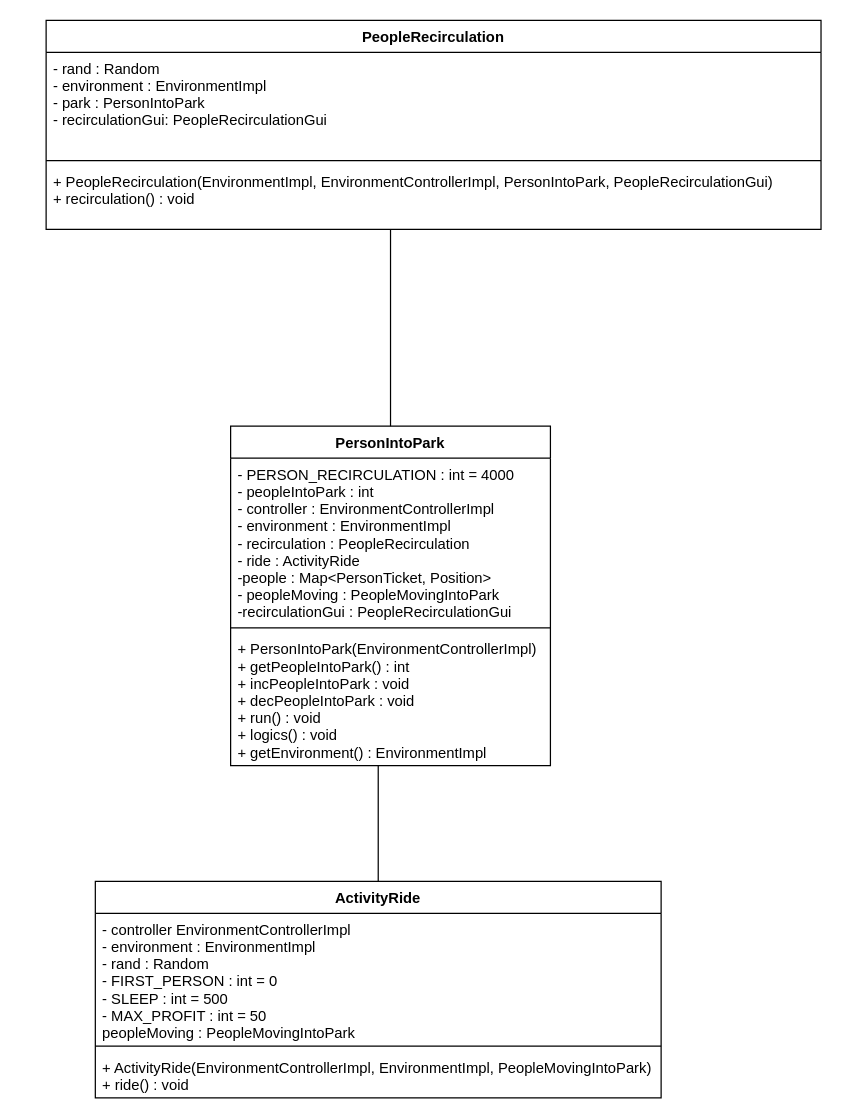
The draw.io diagram page "Page-3" (3 of 4) of Untitled Diagram.drawio in metaphori/students-oop20-liveLand, before the edit. Source tidied: cells renumbered, new cells numbered last; positions are measured from the earlier drawing's top-left corner, leaving out a move shared by most shapes. Both pictures are drawn from the tidied source at 123%, with x=0, y=0 at pixel (46, 20).
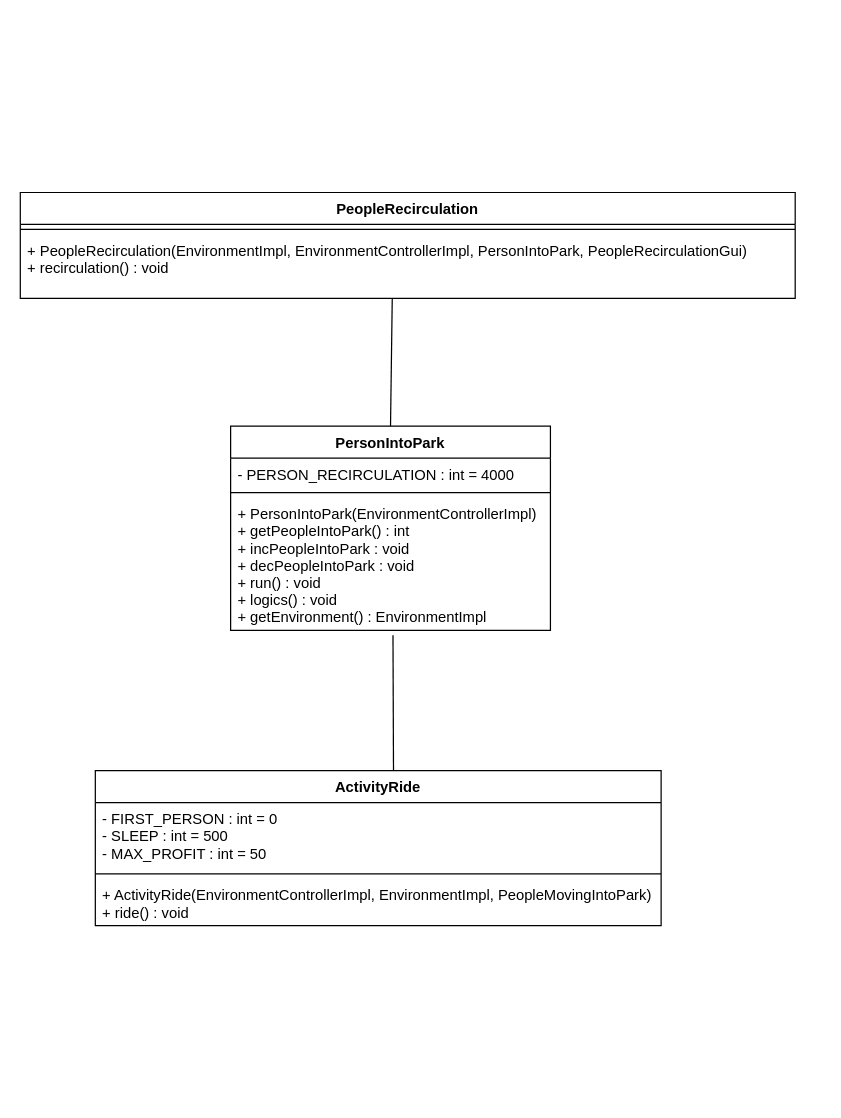
The same page after the edit.

The edit, as a diff of the source:
```diff
@@
 <mxGraphModel>
   <root>
     <mxCell id="0" />
     <mxCell id="1" parent="0" />
     <mxCell id="2" value="PersonIntoPark" style="swimlane;fontStyle=1;align=center;verticalAlign=top;horizontal=1;startSize=26;" parent="1" vertex="1">
-      <mxGeometry x="150" y="330" width="260" height="276" as="geometry" />
+      <mxGeometry x="150" y="330" width="260" height="166" as="geometry" />
     </mxCell>
-    <mxCell id="3" value="- PERSON_RECIRCULATION : int = 4000&#10;- peopleIntoPark : int&#10;- controller : EnvironmentControllerImpl&#10;- environment : EnvironmentImpl&#10;- recirculation : PeopleRecirculation&#10;- ride : ActivityRide&#10;-people : Map&lt;PersonTicket, Position&gt;&#10;- peopleMoving : PeopleMovingIntoPark&#10;-recirculationGui : PeopleRecirculationGui" style="text;strokeColor=none;fillColor=none;align=left;verticalAlign=top;spacingLeft=4;spacingRight=4;overflow=hidden;" parent="2" vertex="1">
-      <mxGeometry y="26" width="260" height="134" as="geometry" />
+    <mxCell id="3" value="- PERSON_RECIRCULATION : int = 4000&#10;" style="text;strokeColor=none;fillColor=none;align=left;verticalAlign=top;spacingLeft=4;spacingRight=4;overflow=hidden;" parent="2" vertex="1">
+      <mxGeometry y="26" width="260" height="24" as="geometry" />
     </mxCell>
     <mxCell id="4" style="line;strokeWidth=1;fillColor=none;align=left;verticalAlign=middle;spacingTop=-1;spacingLeft=3;spacingRight=3;labelPosition=right;" parent="2" vertex="1">
-      <mxGeometry y="160" width="260" height="8" as="geometry" />
+      <mxGeometry y="50" width="260" height="8" as="geometry" />
     </mxCell>
     <mxCell id="5" value="+ PersonIntoPark(EnvironmentControllerImpl)&#10;+ getPeopleIntoPark() : int&#10;+ incPeopleIntoPark : void&#10;+ decPeopleIntoPark : void&#10;+ run() : void&#10;+ logics() : void&#10;+ getEnvironment() : EnvironmentImpl&#10;" style="text;strokeColor=none;fillColor=none;align=left;verticalAlign=top;spacingLeft=4;spacingRight=4;overflow=hidden;points=[[0,0.5],[1,0.5]];portConstraint=eastwest;" parent="2" vertex="1">
-      <mxGeometry y="168" width="260" height="108" as="geometry" />
+      <mxGeometry y="58" width="260" height="108" as="geometry" />
     </mxCell>
     <mxCell id="6" value="ActivityRide" style="swimlane;fontStyle=1;align=center;verticalAlign=top;horizontal=1;startSize=26;" parent="1" vertex="1">
-      <mxGeometry x="40" y="700" width="460" height="176" as="geometry" />
+      <mxGeometry x="40" y="610" width="460" height="126" as="geometry" />
     </mxCell>
-    <mxCell id="7" value="- controller EnvironmentControllerImpl&#10;- environment : EnvironmentImpl&#10;- rand : Random&#10;- FIRST_PERSON : int = 0 &#10;- SLEEP : int = 500&#10;- MAX_PROFIT : int = 50&#10;peopleMoving : PeopleMovingIntoPark" style="text;strokeColor=none;fillColor=none;align=left;verticalAlign=top;spacingLeft=4;spacingRight=4;overflow=hidden;" parent="6" vertex="1">
-      <mxGeometry y="26" width="460" height="104" as="geometry" />
+    <mxCell id="7" value="- FIRST_PERSON : int = 0 &#10;- SLEEP : int = 500&#10;- MAX_PROFIT : int = 50" style="text;strokeColor=none;fillColor=none;align=left;verticalAlign=top;spacingLeft=4;spacingRight=4;overflow=hidden;" parent="6" vertex="1">
+      <mxGeometry y="26" width="460" height="54" as="geometry" />
     </mxCell>
     <mxCell id="8" style="line;strokeWidth=1;fillColor=none;align=left;verticalAlign=middle;spacingTop=-1;spacingLeft=3;spacingRight=3;labelPosition=right;" parent="6" vertex="1">
-      <mxGeometry y="130" width="460" height="8" as="geometry" />
+      <mxGeometry y="80" width="460" height="8" as="geometry" />
     </mxCell>
     <mxCell id="9" value="+ ActivityRide(EnvironmentControllerImpl, EnvironmentImpl, PeopleMovingIntoPark)&#10;+ ride() : void" style="text;strokeColor=none;fillColor=none;align=left;verticalAlign=top;spacingLeft=4;spacingRight=4;overflow=hidden;" parent="6" vertex="1">
-      <mxGeometry y="138" width="460" height="38" as="geometry" />
+      <mxGeometry y="88" width="460" height="38" as="geometry" />
     </mxCell>
-    <mxCell id="10" style="endArrow=none;html=1;edgeStyle=orthogonalEdgeStyle;rounded=0;" parent="1" edge="1" source="6" target="5">
-      <mxGeometry relative="1" as="geometry">
-        <Array as="points">
-          <mxPoint x="270" y="620" />
-          <mxPoint x="270" y="620" />
-        </Array>
-      </mxGeometry>
-    </mxCell>
     <mxCell id="11" value="PeopleRecirculation" style="swimlane;fontStyle=1;align=center;verticalAlign=top;horizontal=1;startSize=26;" parent="1" vertex="1">
-      <mxGeometry width="630" height="170" as="geometry" />
+      <mxGeometry x="-21" y="140" width="630" height="86" as="geometry" />
     </mxCell>
-    <mxCell id="12" value="- rand : Random&#10;- environment : EnvironmentImpl&#10;- park : PersonIntoPark&#10;- recirculationGui: PeopleRecirculationGui" style="text;strokeColor=none;fillColor=none;align=left;verticalAlign=top;spacingLeft=4;spacingRight=4;overflow=hidden;" parent="11" vertex="1">
-      <mxGeometry y="26" width="630" height="84" as="geometry" />
-    </mxCell>
     <mxCell id="13" style="line;strokeWidth=1;fillColor=none;align=left;verticalAlign=middle;spacingTop=-1;spacingLeft=3;spacingRight=3;labelPosition=right;" parent="11" vertex="1">
-      <mxGeometry y="110" width="630" height="8" as="geometry" />
+      <mxGeometry y="26" width="630" height="8" as="geometry" />
     </mxCell>
     <mxCell id="14" value="+ PeopleRecirculation(EnvironmentImpl, EnvironmentControllerImpl, PersonIntoPark, PeopleRecirculationGui)&#10;+ recirculation() : void" style="text;strokeColor=none;fillColor=none;align=left;verticalAlign=top;spacingLeft=4;spacingRight=4;overflow=hidden;points=[[0,0.5],[1,0.5]];portConstraint=eastwest;" parent="11" vertex="1">
-      <mxGeometry y="118" width="630" height="52" as="geometry" />
+      <mxGeometry y="34" width="630" height="52" as="geometry" />
     </mxCell>
-    <mxCell id="15" style="endArrow=none;html=1;edgeStyle=orthogonalEdgeStyle;rounded=0;" parent="1" edge="1">
-      <mxGeometry relative="1" as="geometry">
-        <mxPoint x="280" y="330" as="sourcePoint" />
-        <mxPoint x="280" y="170" as="targetPoint" />
-        <Array as="points">
-          <mxPoint x="280" y="170" />
-        </Array>
-      </mxGeometry>
-    </mxCell>
+    <mxCell id="16" style="endArrow=none;html=1;rounded=0;entryX=0.48;entryY=1.003;entryDx=0;entryDy=0;entryPerimeter=0;exitX=0.5;exitY=0;exitDx=0;exitDy=0;" parent="1" edge="1" source="2" target="14">
+      <mxGeometry relative="1" as="geometry" />
+    </mxCell>
+    <mxCell id="17" style="endArrow=none;html=1;rounded=0;entryX=0.527;entryY=0.003;entryDx=0;entryDy=0;entryPerimeter=0;" parent="1" edge="1" target="6">
+      <mxGeometry relative="1" as="geometry">
+        <mxPoint x="282" y="500" as="sourcePoint" />
+      </mxGeometry>
+    </mxCell>
   </root>
 </mxGraphModel>
```
